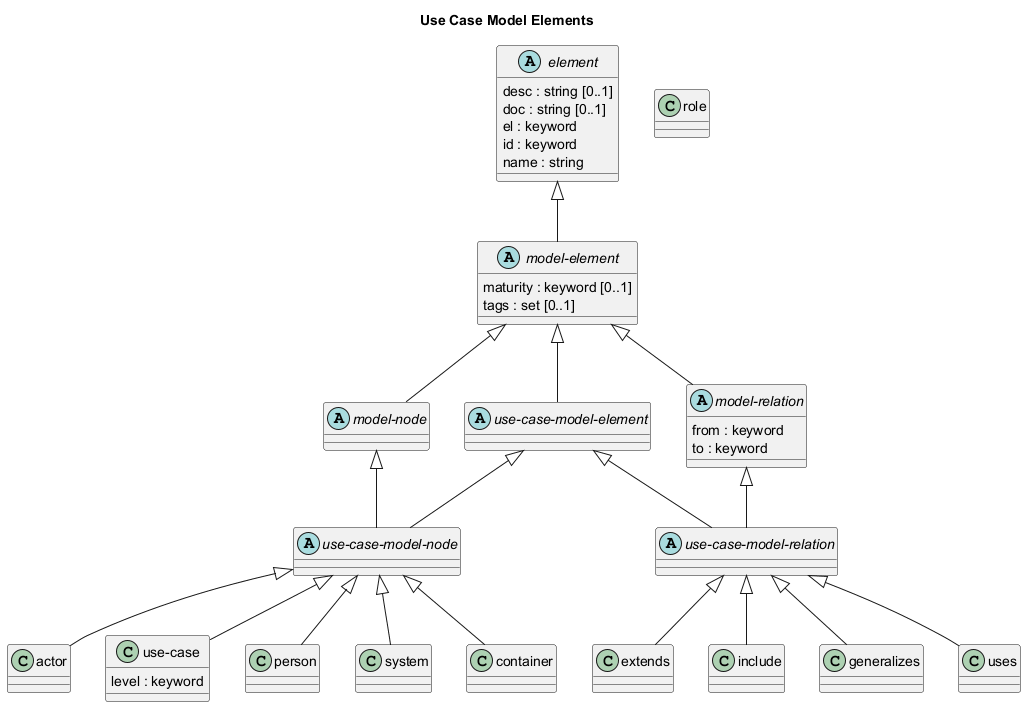
Earlier version of the PlantUML export docs/overarch/data-model/use-case-model-elements.png (soulspace-org/overarch).
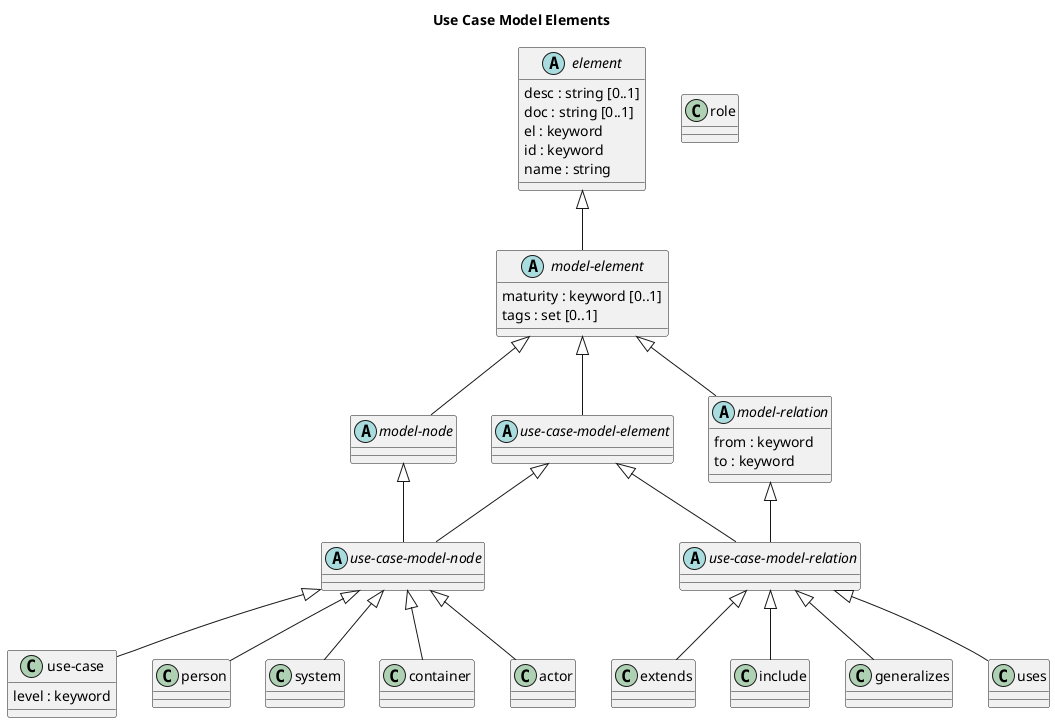
Above is the later version.

Change to the diagram source:
```diff
@@ -7,7 +7,6 @@
 
 title Use Case Model Elements
 
-class "actor" as overarch_dataModel_actor {}
 class "extends" as overarch_dataModel_extends {}
 abstract class "model-element" as overarch_dataModel_modelElement {
   maturity : keyword [0..1]
@@ -19,6 +18,8 @@
 }
 class "person" as overarch_dataModel_person {}
 class "generalizes" as overarch_dataModel_generalizes {}
+class "system" as overarch_dataModel_system {}
+class "container" as overarch_dataModel_container {}
 abstract class "model-node" as overarch_dataModel_modelNode {}
 abstract class "model-relation" as overarch_dataModel_modelRelation {
   from : keyword
@@ -28,7 +29,7 @@
 abstract class "use-case-model-node" as overarch_dataModel_useCaseModelNode {}
 class "uses" as overarch_dataModel_uses {}
 class "role" as overarch_dataModel_role {}
-class "system" as overarch_dataModel_system {}
+class "actor" as overarch_dataModel_actor {}
 abstract class "use-case-model-element" as overarch_dataModel_useCaseModelElement {}
 abstract class "element" as overarch_dataModel_element {
   desc : string [0..1]
@@ -37,7 +38,6 @@
   id : keyword
   name : string
 }
-class "container" as overarch_dataModel_container {}
 overarch_dataModel_useCaseModelRelation <|-- overarch_dataModel_extends
 overarch_dataModel_element <|-- overarch_dataModel_modelElement
 overarch_dataModel_modelElement <|-- overarch_dataModel_modelNode
```
